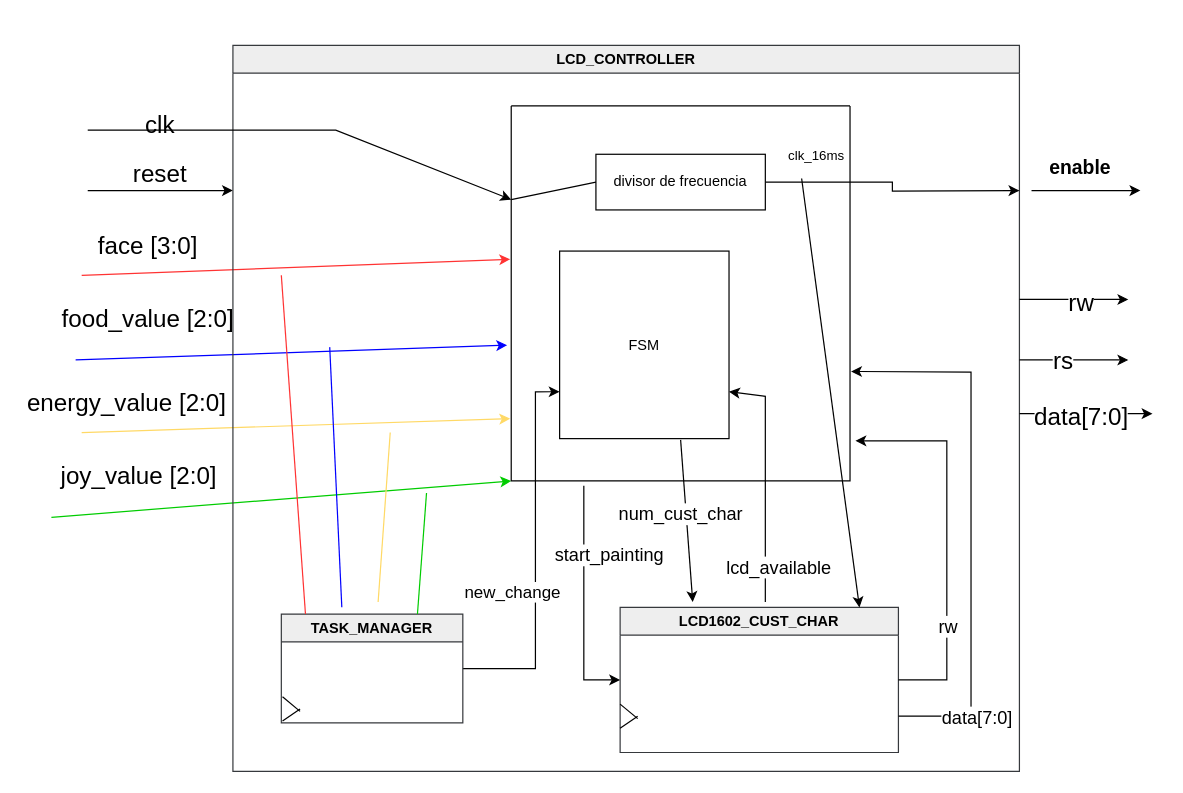
Above: page "cajaNegra" (1 of 6) of figs/LCD_diagramas.drawio in unal-edigital1-lab/entrega-1-proyecto-grupo01-2024-1 (draw.io), before the change. Source tidied: cells renumbered, new cells numbered last; positions are measured from the earlier drawing's top-left corner, leaving out a move shared by most shapes. Both pictures are drawn from the tidied source at 121%, with x=0, y=0 at pixel (21, 45).
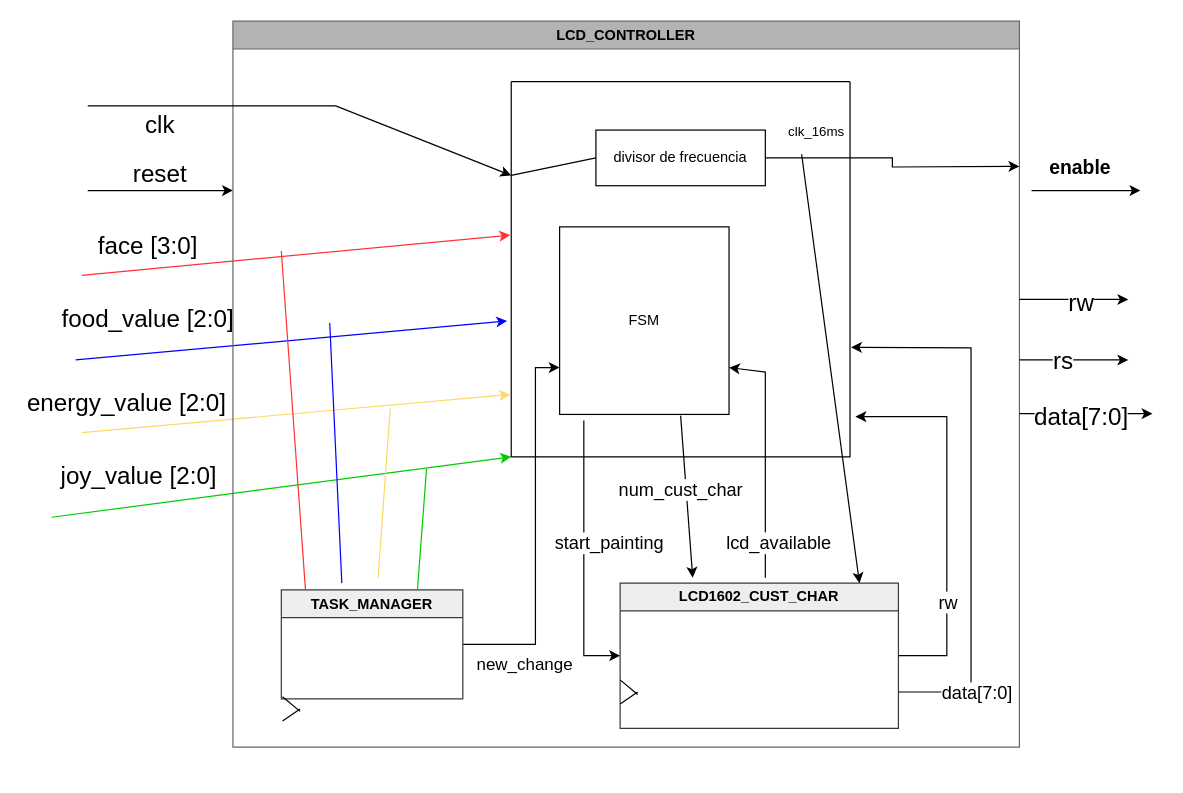
After the change.

Unchanged cells that the change refers to:
```xml
<mxCell id="35" style="edgeStyle=orthogonalEdgeStyle;rounded=0;jettySize=auto;html=1;entryX=0;entryY=0.75;entryDx=0;entryDy=0;" parent="13" edge="1" source="37" target="19">
  <mxGeometry relative="1" as="geometry">
    <Array as="points">
      <mxPoint x="250" y="515" />
      <mxPoint x="250" y="286" />
    </Array>
  </mxGeometry>
</mxCell>
```

Diff of the diagram source:
```diff
@@
-    <mxCell id="13" value="LCD_CONTROLLER" style="swimlane;whiteSpace=wrap;html=1;fillColor=#eeeeee;strokeColor=#36393d;" parent="1" vertex="1">
-      <mxGeometry x="175" width="650" height="600" as="geometry" />
+    <mxCell id="13" value="LCD_CONTROLLER" style="swimlane;whiteSpace=wrap;html=1;fillColor=#B3B3B3;strokeColor=#666666;gradientColor=#b3b3b3;" parent="1" vertex="1">
+      <mxGeometry x="175" y="-20" width="650" height="600" as="geometry" />
     </mxCell>
@@
     <mxCell id="28" style="endArrow=classic;html=1;rounded=0;entryX=0;entryY=0.5;entryDx=0;entryDy=0;" parent="13" edge="1">
       <mxGeometry relative="1" as="geometry">
         <mxPoint x="290" y="364" as="sourcePoint" />
         <mxPoint x="320" y="524.4" as="targetPoint" />
         <Array as="points">
+          <mxPoint x="290" y="330" />
           <mxPoint x="290" y="364.4" />
           <mxPoint x="290" y="464.4" />
           <mxPoint x="290" y="524.4" />
         </Array>
       </mxGeometry>
     </mxCell>
     <mxCell id="29" value="start_painting" style="edgeLabel;html=1;align=center;verticalAlign=middle;fontSize=15;" parent="28" vertex="1">
       <mxGeometry x="-0.02" y="-2" relative="1" as="geometry">
-        <mxPoint x="22" y="-37" as="offset" />
+        <mxPoint x="22" y="7" as="offset" />
       </mxGeometry>
     </mxCell>
@@
     <mxCell id="36" value="&lt;font style=&quot;font-size: 14px;&quot;&gt;new_change&lt;/font&gt;" style="edgeLabel;html=1;align=center;verticalAlign=middle;fontSize=14;" parent="35" vertex="1">
       <mxGeometry x="-0.36" y="-2" relative="1" as="geometry">
-        <mxPoint x="-22" y="-25" as="offset" />
+        <mxPoint x="-12" y="55" as="offset" />
       </mxGeometry>
     </mxCell>
```
